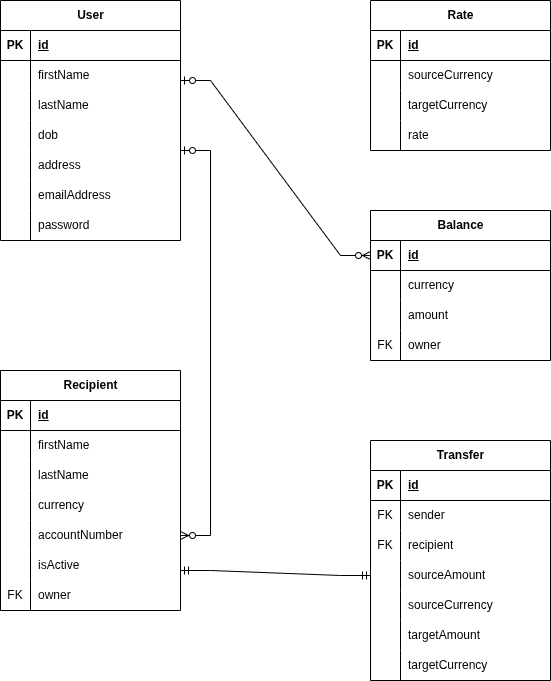
This is er-diagram.png from Ali-Lubab/wwc, a draw.io export, as it was before one commit. Source tidied: cells renumbered, new cells last; positions are measured from the earlier drawing's top-left corner, leaving out a move shared by most shapes.
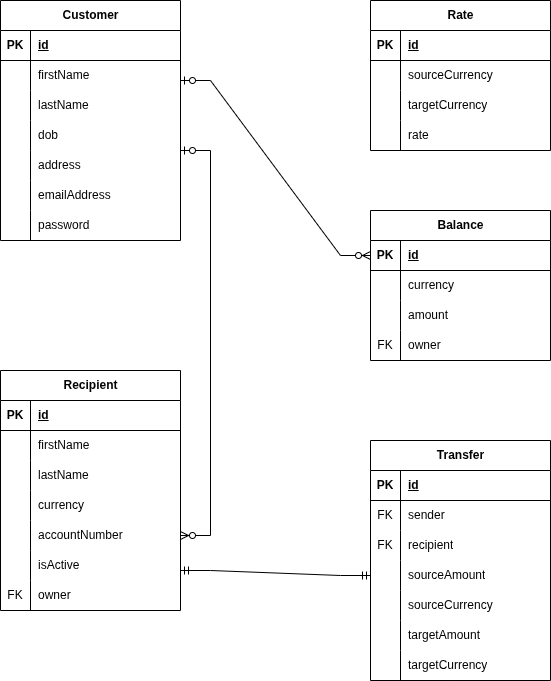
The same file after the commit.

Commit message:
Data: update er diagram entity user to customer

Change to the diagram source:
```diff
@@ -2,7 +2,7 @@
   <root>
     <mxCell id="0" />
     <mxCell id="1" parent="0" />
-    <mxCell id="2" value="User" style="shape=table;startSize=30;rowLines=0;fontStyle=1;align=center;html=1;fillColor=light-dark(#FFFFFF,#0000FF);" parent="1" vertex="1">
+    <mxCell id="2" value="Customer" style="shape=table;startSize=30;rowLines=0;fontStyle=1;align=center;html=1;fillColor=light-dark(#FFFFFF,#0000FF);" parent="1" vertex="1">
       <mxGeometry width="180" height="240" as="geometry" />
     </mxCell>
     <mxCell id="3" style="shape=tableRow;horizontal=0;startSize=0;swimlaneHead=0;swimlaneBody=0;fillColor=none;top=0;left=0;right=0;bottom=1;" parent="2" vertex="1">
```
